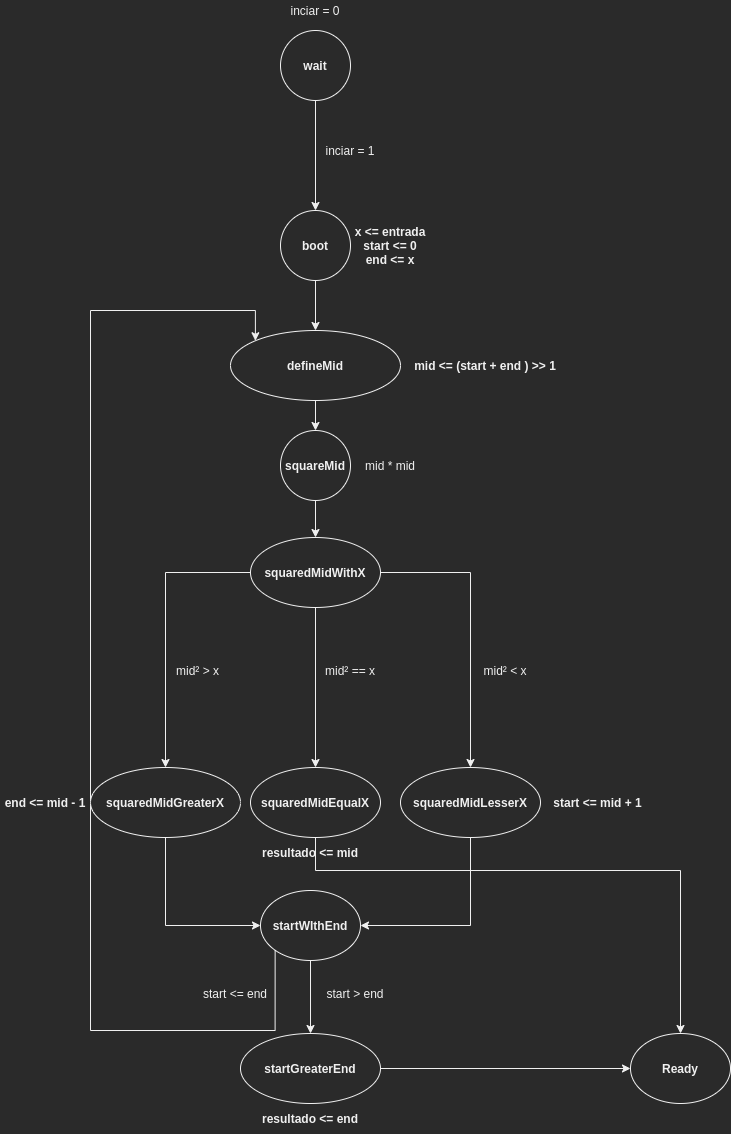
This is FSM.png from LeoGCRocha/sqrt-vhdl, a draw.io export, as it was before one commit. Source tidied: cells renumbered, new cells last; positions are measured from the earlier drawing's top-left corner, leaving out a move shared by most shapes.
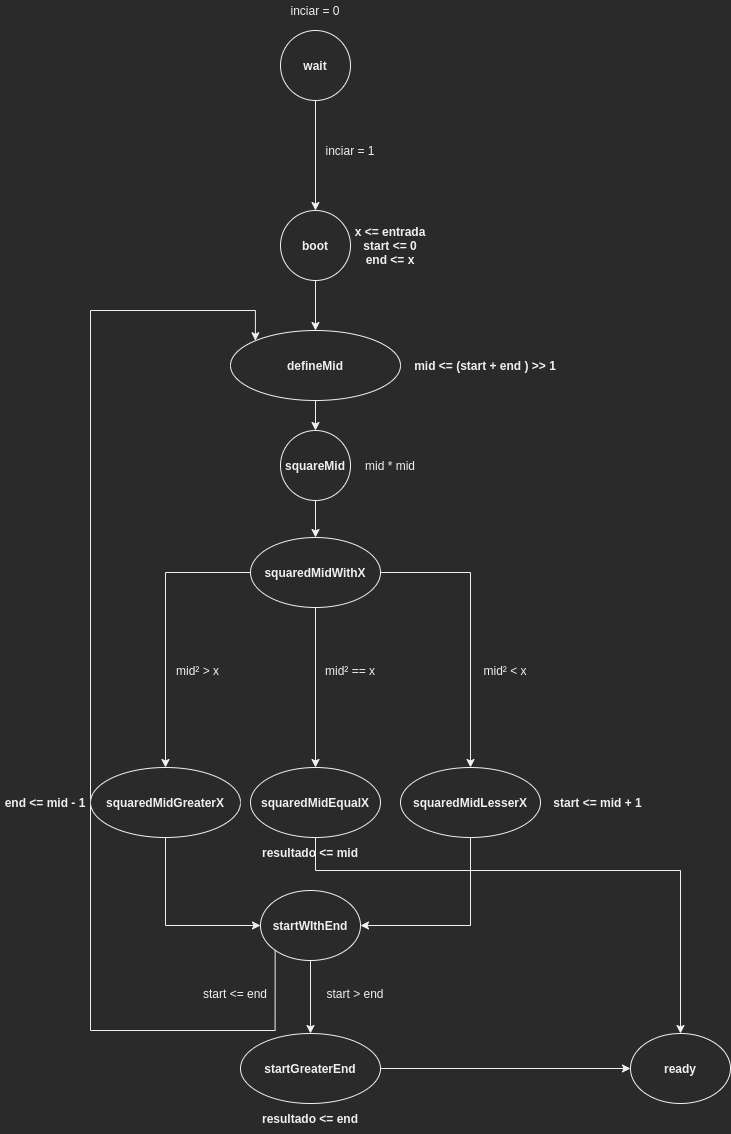
Later version of the same file.

Commit message:
Output signals 	modified:   FSM.drawio 	modified:   FSM.png 	new file:   Output signals from BC.jpg

Diff of the diagram source:
```diff
@@ -95,7 +95,7 @@
     <mxCell id="28" value="start &amp;gt; end" style="text;html=1;strokeColor=none;fillColor=none;align=center;verticalAlign=middle;whiteSpace=wrap;rounded=0;" parent="1" vertex="1">
       <mxGeometry x="320" y="983" width="70" height="20" as="geometry" />
     </mxCell>
-    <mxCell id="29" value="&lt;b&gt;Ready&lt;/b&gt;" style="ellipse;whiteSpace=wrap;html=1;" parent="1" vertex="1">
+    <mxCell id="29" value="&lt;b&gt;ready&lt;/b&gt;" style="ellipse;whiteSpace=wrap;html=1;" parent="1" vertex="1">
       <mxGeometry x="630" y="1033" width="100" height="70" as="geometry" />
     </mxCell>
     <mxCell id="30" style="edgeStyle=orthogonalEdgeStyle;rounded=0;jettySize=auto;html=1;entryX=0.5;entryY=0;entryDx=0;entryDy=0;" parent="1" edge="1" source="31" target="9">
```
